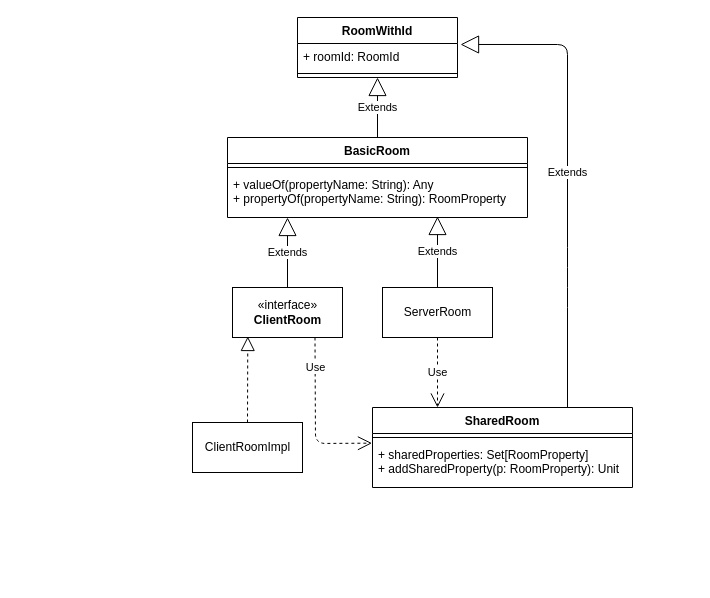
The draw.io diagram doc/room-class.drawio in StefanoSalvatori/PPS-18-scala-omg, before the edit. Source tidied: cells renumbered, new cells numbered last; positions are measured from the earlier drawing's top-left corner, leaving out a move shared by most shapes. Both pictures are drawn from the tidied source at 100%, with x=0, y=0 at pixel (192, 17).
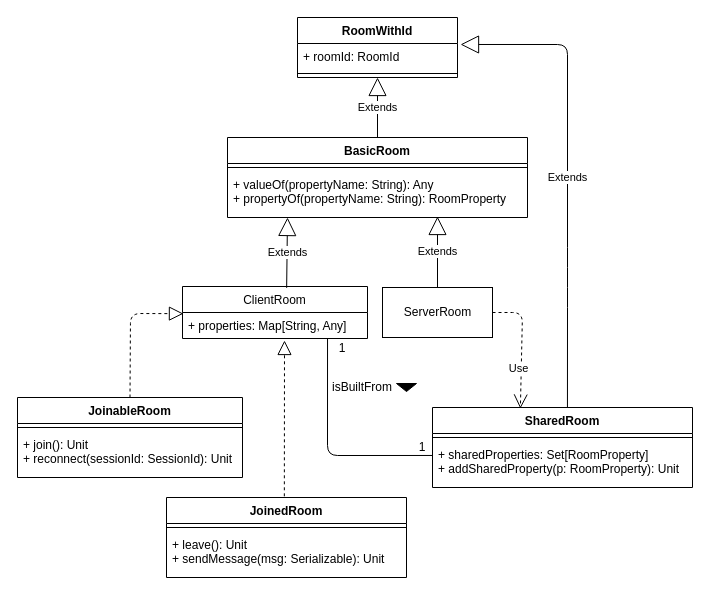
The same diagram, later.

The change refers to these unchanged cells:
```xml
<mxCell id="3" value="ServerRoom" style="html=1;" parent="1" vertex="1">
  <mxGeometry x="190" y="270" width="110" height="50" as="geometry" />
</mxCell>
<mxCell id="11" value="+ roomId: RoomId" style="text;strokeColor=none;fillColor=none;align=left;verticalAlign=top;spacingLeft=4;spacingRight=4;overflow=hidden;points=[[0,0.5],[1,0.5]];portConstraint=eastwest;" parent="10" vertex="1">
  <mxGeometry y="26" width="160" height="26" as="geometry" />
</mxCell>
<mxCell id="15" value="+ valueOf(propertyName: String): Any&#10;+ propertyOf(propertyName: String): RoomProperty" style="text;strokeColor=none;fillColor=none;align=left;verticalAlign=top;spacingLeft=4;spacingRight=4;overflow=hidden;points=[[0,0.5],[1,0.5]];portConstraint=eastwest;" parent="13" vertex="1">
  <mxGeometry y="34" width="300" height="46" as="geometry" />
</mxCell>
<mxCell id="18" value="+ sharedProperties: Set[RoomProperty]&#10;+ addSharedProperty(p: RoomProperty): Unit" style="text;strokeColor=none;fillColor=none;align=left;verticalAlign=top;spacingLeft=4;spacingRight=4;overflow=hidden;points=[[0,0.5],[1,0.5]];portConstraint=eastwest;" parent="16" vertex="1">
  <mxGeometry y="34" width="260" height="46" as="geometry" />
</mxCell>
```

Diff of the diagram source:
```diff
@@
-    <mxCell id="2" value="«interface»&lt;br&gt;&lt;b&gt;ClientRoom&lt;/b&gt;" style="html=1;" parent="1" vertex="1">
-      <mxGeometry x="40" y="270" width="110" height="50" as="geometry" />
-    </mxCell>
@@
-    <mxCell id="4" value="Use" style="endArrow=open;endSize=12;dashed=1;html=1;exitX=0.75;exitY=1;exitDx=0;exitDy=0;entryX=-0.002;entryY=0.036;entryDx=0;entryDy=0;entryPerimeter=0;" parent="1" edge="1" source="2" target="18">
-      <mxGeometry x="-0.63" relative="1" as="geometry">
-        <Array as="points">
-          <mxPoint x="123" y="426" />
-        </Array>
-      </mxGeometry>
-    </mxCell>
-    <mxCell id="5" value="Use" style="endArrow=open;endSize=12;dashed=1;html=1;entryX=0.25;entryY=0;entryDx=0;entryDy=0;" parent="1" edge="1" source="3" target="16">
-      <mxGeometry relative="1" as="geometry" />
+    <mxCell id="5" value="Use" style="endArrow=open;endSize=12;dashed=1;html=1;entryX=0.338;entryY=0.013;entryDx=0;entryDy=0;exitX=1;exitY=0.5;exitDx=0;exitDy=0;entryPerimeter=0;" parent="1" edge="1" source="3" target="16">
+      <mxGeometry x="0.36" y="-3" relative="1" as="geometry">
+        <Array as="points">
+          <mxPoint x="330" y="295" />
+        </Array>
+      </mxGeometry>
     </mxCell>
-    <mxCell id="6" value="Extends" style="endArrow=block;endSize=16;endFill=0;html=1;exitX=0.75;exitY=0;exitDx=0;exitDy=0;entryX=1.019;entryY=0.038;entryDx=0;entryDy=0;entryPerimeter=0;" parent="1" edge="1" source="16" target="11">
+    <mxCell id="6" value="Extends" style="endArrow=block;endSize=16;endFill=0;html=1;exitX=0.519;exitY=0.125;exitDx=0;exitDy=0;entryX=1.019;entryY=0.038;entryDx=0;entryDy=0;entryPerimeter=0;exitPerimeter=0;" parent="1" edge="1" source="16" target="11">
       <mxGeometry relative="1" as="geometry">
         <Array as="points">
           <mxPoint x="375" y="280" />
           <mxPoint x="375" y="240" />
           <mxPoint x="375" y="27" />
         </Array>
       </mxGeometry>
     </mxCell>
-    <mxCell id="7" value="ClientRoomImpl" style="html=1;" parent="1" vertex="1">
-      <mxGeometry y="405" width="110" height="50" as="geometry" />
-    </mxCell>
-    <mxCell id="8" style="endArrow=block;dashed=1;endFill=0;endSize=12;html=1;exitX=0.5;exitY=0;exitDx=0;exitDy=0;entryX=0.139;entryY=0.98;entryDx=0;entryDy=0;entryPerimeter=0;" parent="1" edge="1" source="7" target="2">
-      <mxGeometry relative="1" as="geometry" />
-    </mxCell>
@@
+    <mxCell id="19" value="Extends" style="endArrow=block;endSize=16;endFill=0;html=1;exitX=0.5;exitY=0;exitDx=0;exitDy=0;" parent="1" edge="1" source="3">
+      <mxGeometry relative="1" as="geometry">
+        <mxPoint x="245" y="199" as="targetPoint" />
+      </mxGeometry>
+    </mxCell>
+    <mxCell id="20" value="Extends" style="endArrow=block;endSize=16;endFill=0;html=1;entryX=0.2;entryY=1;entryDx=0;entryDy=0;entryPerimeter=0;exitX=0.563;exitY=0.026;exitDx=0;exitDy=0;exitPerimeter=0;" parent="1" edge="1" source="26" target="15">
+      <mxGeometry relative="1" as="geometry" />
+    </mxCell>
+    <mxCell id="21" value="JoinableRoom" style="swimlane;fontStyle=1;align=center;verticalAlign=top;horizontal=1;startSize=26;" parent="1" vertex="1">
+      <mxGeometry x="-175" y="380" width="225" height="80" as="geometry" />
+    </mxCell>
+    <mxCell id="22" style="line;strokeWidth=1;fillColor=none;align=left;verticalAlign=middle;spacingTop=-1;spacingLeft=3;spacingRight=3;labelPosition=right;" parent="21" vertex="1">
+      <mxGeometry y="26" width="225" height="8" as="geometry" />
+    </mxCell>
+    <mxCell id="23" value="+ join(): Unit&#10;+ reconnect(sessionId: SessionId): Unit" style="text;strokeColor=none;fillColor=none;align=left;verticalAlign=top;spacingLeft=4;spacingRight=4;overflow=hidden;" parent="21" vertex="1">
+      <mxGeometry y="34" width="225" height="46" as="geometry" />
+    </mxCell>
+    <mxCell id="24" style="endArrow=block;dashed=1;endFill=0;endSize=12;html=1;exitX=0.5;exitY=0;exitDx=0;exitDy=0;entryX=0.005;entryY=0.045;entryDx=0;entryDy=0;entryPerimeter=0;" parent="1" edge="1" source="21" target="27">
+      <mxGeometry relative="1" as="geometry">
+        <Array as="points">
+          <mxPoint x="-62" y="296" />
+        </Array>
+      </mxGeometry>
+    </mxCell>
+    <mxCell id="25" style="endArrow=block;dashed=1;endFill=0;endSize=12;html=1;exitX=0.491;exitY=-0.015;exitDx=0;exitDy=0;exitPerimeter=0;" parent="1" edge="1" source="28">
+      <mxGeometry relative="1" as="geometry">
+        <mxPoint x="92" y="323" as="targetPoint" />
+      </mxGeometry>
+    </mxCell>
+    <mxCell id="26" value="ClientRoom" style="swimlane;fontStyle=0;horizontal=1;startSize=26;fillColor=none;" parent="1" vertex="1">
+      <mxGeometry x="-10" y="269" width="185" height="52" as="geometry" />
+    </mxCell>
+    <mxCell id="27" value="+ properties: Map[String, Any]" style="text;strokeColor=none;fillColor=none;align=left;verticalAlign=top;spacingLeft=4;spacingRight=4;overflow=hidden;points=[[0,0.5],[1,0.5]];portConstraint=eastwest;" parent="26" vertex="1">
+      <mxGeometry y="26" width="185" height="26" as="geometry" />
+    </mxCell>
+    <mxCell id="28" value="JoinedRoom" style="swimlane;fontStyle=1;align=center;verticalAlign=top;horizontal=1;startSize=26;" parent="1" vertex="1">
+      <mxGeometry x="-26" y="480" width="240" height="80" as="geometry" />
+    </mxCell>
+    <mxCell id="29" style="line;strokeWidth=1;fillColor=none;align=left;verticalAlign=middle;spacingTop=-1;spacingLeft=3;spacingRight=3;labelPosition=right;" parent="28" vertex="1">
+      <mxGeometry y="26" width="240" height="8" as="geometry" />
+    </mxCell>
+    <mxCell id="30" value="+ leave(): Unit&#10;+ sendMessage(msg: Serializable): Unit" style="text;strokeColor=none;fillColor=none;align=left;verticalAlign=top;spacingLeft=4;spacingRight=4;overflow=hidden;" parent="28" vertex="1">
+      <mxGeometry y="34" width="240" height="46" as="geometry" />
+    </mxCell>
+    <mxCell id="31" style="endArrow=none;html=1;edgeStyle=orthogonalEdgeStyle;exitX=0.784;exitY=1.006;exitDx=0;exitDy=0;exitPerimeter=0;entryX=0;entryY=0.304;entryDx=0;entryDy=0;entryPerimeter=0;" parent="1" edge="1" source="27" target="18">
+      <mxGeometry relative="1" as="geometry">
+        <Array as="points">
+          <mxPoint x="135" y="438" />
+        </Array>
+      </mxGeometry>
+    </mxCell>
+    <mxCell id="32" value="isBuiltFrom" style="text;html=1;strokeColor=none;fillColor=none;align=center;verticalAlign=middle;whiteSpace=wrap;rounded=0;" parent="1" vertex="1">
+      <mxGeometry x="130" y="360" width="80" height="20" as="geometry" />
+    </mxCell>
     <mxCell id="16" value="SharedRoom" style="swimlane;fontStyle=1;align=center;verticalAlign=top;horizontal=1;startSize=26;" parent="1" vertex="1">
-      <mxGeometry x="180" y="390" width="260" height="80" as="geometry" />
+      <mxGeometry x="240" y="390" width="260" height="80" as="geometry" />
     </mxCell>
@@
-    <mxCell id="19" value="Extends" style="endArrow=block;endSize=16;endFill=0;html=1;exitX=0.5;exitY=0;exitDx=0;exitDy=0;" parent="1" edge="1" source="3">
-      <mxGeometry relative="1" as="geometry">
-        <mxPoint x="245" y="199" as="targetPoint" />
-      </mxGeometry>
-    </mxCell>
-    <mxCell id="20" value="Extends" style="endArrow=block;endSize=16;endFill=0;html=1;entryX=0.2;entryY=1;entryDx=0;entryDy=0;entryPerimeter=0;" parent="1" edge="1" source="2" target="15">
-      <mxGeometry relative="1" as="geometry" />
-    </mxCell>
+    <mxCell id="33" style="triangle;whiteSpace=wrap;html=1;fillColor=#000000;rotation=90;" parent="1" vertex="1">
+      <mxGeometry x="210" y="360" width="8" height="20" as="geometry" />
+    </mxCell>
+    <mxCell id="34" value="1" style="text;html=1;strokeColor=none;fillColor=none;align=center;verticalAlign=middle;whiteSpace=wrap;rounded=0;" parent="1" vertex="1">
+      <mxGeometry x="130" y="321" width="40" height="20" as="geometry" />
+    </mxCell>
+    <mxCell id="35" value="1" style="text;html=1;strokeColor=none;fillColor=none;align=center;verticalAlign=middle;whiteSpace=wrap;rounded=0;" parent="1" vertex="1">
+      <mxGeometry x="210" y="420" width="40" height="20" as="geometry" />
+    </mxCell>
```
